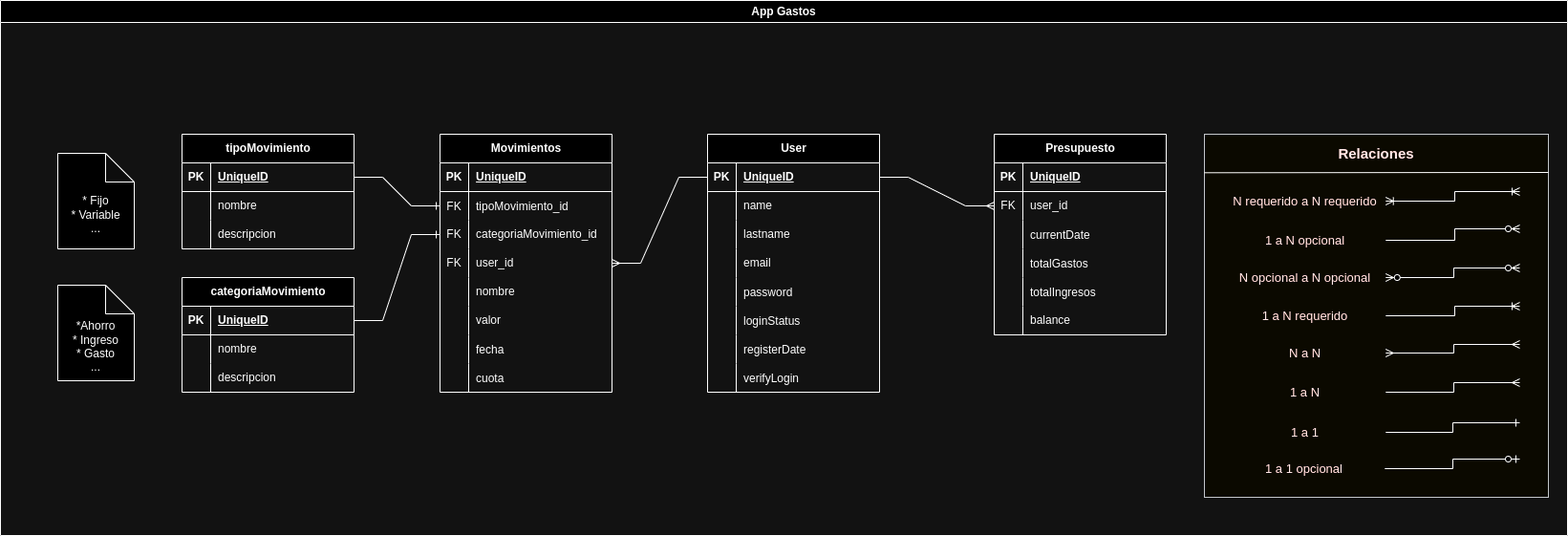
Earlier version of the draw.io export MER.png (SimonVizioli/BudgetApp). Source tidied: cells renumbered, new cells last; positions are measured from the earlier drawing's top-left corner, leaving out a move shared by most shapes.
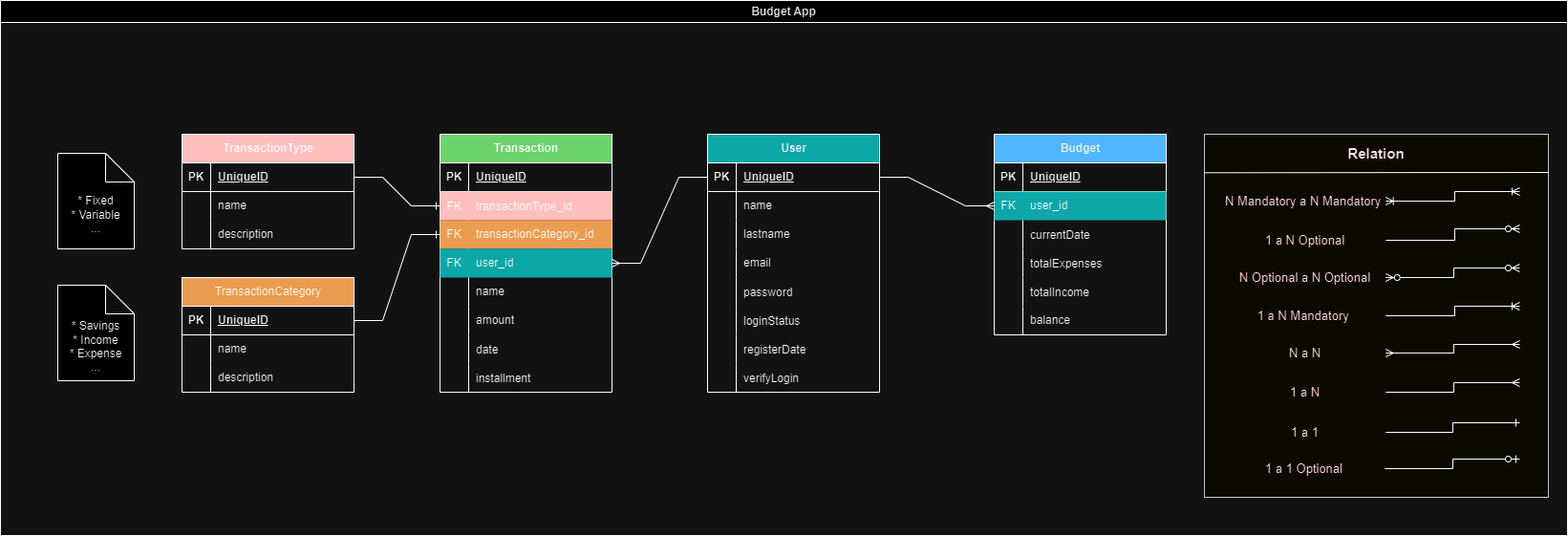
The same diagram one commit later.

Commit message:
Translated MER

Change to the diagram source:
```diff
@@ -4,9 +4,9 @@
     <mxCell id="1" parent="0" />
-    <mxCell id="2" value="&lt;div&gt;&lt;br&gt;&lt;/div&gt;&lt;br&gt;* Fijo&lt;br&gt;* Variable&lt;div&gt;...&lt;/div&gt;" style="shape=note;whiteSpace=wrap;html=1;backgroundOutline=1;darkOpacity=0.05;" parent="1" vertex="1">
+    <mxCell id="2" value="&lt;div&gt;&lt;br&gt;&lt;/div&gt;&lt;br&gt;* Fixed&lt;br&gt;* Variable&lt;div&gt;...&lt;/div&gt;" style="shape=note;whiteSpace=wrap;html=1;backgroundOutline=1;darkOpacity=0.05;" parent="1" vertex="1">
       <mxGeometry x="60" y="160" width="80" height="100" as="geometry" />
     </mxCell>
-    <mxCell id="3" value="&lt;div&gt;&lt;br&gt;&lt;/div&gt;&lt;div&gt;&lt;br&gt;&lt;/div&gt;*Ahorro&lt;br&gt;* Ingreso&lt;br&gt;* Gasto&lt;div&gt;...&lt;/div&gt;" style="shape=note;whiteSpace=wrap;html=1;backgroundOutline=1;darkOpacity=0.05;" parent="1" vertex="1">
+    <mxCell id="3" value="&lt;div&gt;&lt;br&gt;&lt;/div&gt;&lt;div&gt;&lt;br&gt;&lt;/div&gt;* Savings&lt;br&gt;* Income&lt;br&gt;* Expense&lt;div&gt;...&lt;/div&gt;" style="shape=note;whiteSpace=wrap;html=1;backgroundOutline=1;darkOpacity=0.05;" parent="1" vertex="1">
       <mxGeometry x="60" y="298" width="80" height="100" as="geometry" />
     </mxCell>
-    <mxCell id="4" value="App Gastos" style="swimlane;whiteSpace=wrap;html=1;" parent="1" vertex="1">
+    <mxCell id="4" value="Budget App" style="swimlane;whiteSpace=wrap;html=1;" parent="1" vertex="1">
       <mxGeometry width="1640" height="560" as="geometry" />
@@ -54,12 +54,12 @@
     </mxCell>
-    <mxCell id="10" value="&lt;font style=&quot;font-size: 13px;&quot;&gt;N requerido&amp;nbsp;a N requerido&lt;/font&gt;" style="text;html=1;strokeColor=none;fillColor=none;align=center;verticalAlign=middle;whiteSpace=wrap;rounded=0;labelBackgroundColor=none;fontSize=13;fontColor=#2E0101;opacity=0;" parent="4" vertex="1">
+    <mxCell id="10" value="&lt;font style=&quot;font-size: 13px;&quot;&gt;N Mandatory a N&amp;nbsp;&lt;/font&gt;Mandatory&amp;nbsp;" style="text;html=1;strokeColor=none;fillColor=none;align=center;verticalAlign=middle;whiteSpace=wrap;rounded=0;labelBackgroundColor=none;fontSize=13;fontColor=#2E0101;opacity=0;" parent="4" vertex="1">
       <mxGeometry x="1281" y="198" width="168.8" height="24" as="geometry" />
     </mxCell>
-    <mxCell id="11" value="&lt;font style=&quot;font-size: 13px;&quot;&gt;1 a N opcional&lt;/font&gt;" style="text;html=1;strokeColor=none;fillColor=none;align=center;verticalAlign=middle;whiteSpace=wrap;rounded=0;labelBackgroundColor=none;fontSize=13;fontColor=#2E0101;opacity=0;" parent="4" vertex="1">
+    <mxCell id="11" value="&lt;font style=&quot;font-size: 13px;&quot;&gt;1 a N Optional&lt;/font&gt;" style="text;html=1;strokeColor=none;fillColor=none;align=center;verticalAlign=middle;whiteSpace=wrap;rounded=0;labelBackgroundColor=none;fontSize=13;fontColor=#2E0101;opacity=0;" parent="4" vertex="1">
       <mxGeometry x="1281" y="239" width="168.8" height="24" as="geometry" />
     </mxCell>
-    <mxCell id="12" value="&lt;span style=&quot;font-size: 13px;&quot;&gt;1 a N requerido&lt;/span&gt;" style="text;html=1;strokeColor=none;fillColor=none;align=center;verticalAlign=middle;whiteSpace=wrap;rounded=0;labelBackgroundColor=none;fontSize=13;fontColor=#2E0101;opacity=0;" parent="4" vertex="1">
+    <mxCell id="12" value="&lt;span style=&quot;font-size: 13px;&quot;&gt;1 a N&amp;nbsp;&lt;/span&gt;Mandatory&amp;nbsp;" style="text;html=1;strokeColor=none;fillColor=none;align=center;verticalAlign=middle;whiteSpace=wrap;rounded=0;labelBackgroundColor=none;fontSize=13;fontColor=#2E0101;opacity=0;" parent="4" vertex="1">
       <mxGeometry x="1281" y="318" width="168.8" height="24" as="geometry" />
     </mxCell>
-    <mxCell id="13" value="&lt;font style=&quot;font-size: 13px;&quot;&gt;N opcional&amp;nbsp;a N opcional&lt;/font&gt;" style="text;html=1;strokeColor=none;fillColor=none;align=center;verticalAlign=middle;whiteSpace=wrap;rounded=0;labelBackgroundColor=none;fontSize=13;fontColor=#2E0101;opacity=0;" parent="4" vertex="1">
+    <mxCell id="13" value="&lt;font style=&quot;font-size: 13px;&quot;&gt;N Optional&amp;nbsp;a N Optional&lt;/font&gt;" style="text;html=1;strokeColor=none;fillColor=none;align=center;verticalAlign=middle;whiteSpace=wrap;rounded=0;labelBackgroundColor=none;fontSize=13;fontColor=#2E0101;opacity=0;" parent="4" vertex="1">
       <mxGeometry x="1281" y="278" width="168.8" height="24" as="geometry" />
@@ -96,3 +96,3 @@
     </mxCell>
-    <mxCell id="19" value="&lt;font style=&quot;font-size: 15px;&quot;&gt;&lt;b style=&quot;font-size: 15px;&quot;&gt;Relaciones&lt;/b&gt;&lt;/font&gt;" style="text;html=1;strokeColor=none;fillColor=none;align=center;verticalAlign=middle;whiteSpace=wrap;rounded=0;labelBackgroundColor=none;fontSize=15;fontColor=#2E0101;" parent="4" vertex="1">
+    <mxCell id="19" value="&lt;font style=&quot;font-size: 15px;&quot;&gt;&lt;b style=&quot;font-size: 15px;&quot;&gt;Relation&lt;/b&gt;&lt;/font&gt;" style="text;html=1;strokeColor=none;fillColor=none;align=center;verticalAlign=middle;whiteSpace=wrap;rounded=0;labelBackgroundColor=none;fontSize=15;fontColor=#2E0101;" parent="4" vertex="1">
       <mxGeometry x="1380" y="140" width="120" height="40" as="geometry" />
@@ -120,6 +120,6 @@
     </mxCell>
-    <mxCell id="23" value="&lt;span style=&quot;font-size: 13px;&quot;&gt;1 a 1 opcional&lt;/span&gt;" style="text;html=1;strokeColor=none;fillColor=none;align=center;verticalAlign=middle;whiteSpace=wrap;rounded=0;labelBackgroundColor=none;fontSize=13;fontColor=#2E0101;opacity=0;" parent="4" vertex="1">
+    <mxCell id="23" value="&lt;span style=&quot;font-size: 13px;&quot;&gt;1 a 1 Optional&lt;/span&gt;" style="text;html=1;strokeColor=none;fillColor=none;align=center;verticalAlign=middle;whiteSpace=wrap;rounded=0;labelBackgroundColor=none;fontSize=13;fontColor=#2E0101;opacity=0;" parent="4" vertex="1">
       <mxGeometry x="1280" y="478" width="168.8" height="24" as="geometry" />
     </mxCell>
-    <mxCell id="24" value="Presupuesto" style="shape=table;startSize=30;rowLines=0;fontStyle=1;align=center;html=1;" parent="4" vertex="1">
+    <mxCell id="24" value="Budget" style="shape=table;startSize=30;rowLines=0;fontStyle=1;align=center;html=1;fillColor=#0066CC;" parent="4" vertex="1">
       <mxGeometry x="1040" y="140" width="180" height="210" as="geometry" />
@@ -135,3 +135,3 @@
     </mxCell>
-    <mxCell id="28" style="shape=tableRow;horizontal=0;startSize=0;swimlaneHead=0;swimlaneBody=0;fillColor=none;points=[[0,0.5],[1,0.5]];portConstraint=eastwest;top=0;left=0;right=0;bottom=0;" parent="24" vertex="1">
+    <mxCell id="28" style="shape=tableRow;horizontal=0;startSize=0;swimlaneHead=0;swimlaneBody=0;fillColor=#009999;points=[[0,0.5],[1,0.5]];portConstraint=eastwest;top=0;left=0;right=0;bottom=0;" parent="24" vertex="1">
       <mxGeometry y="60" width="180" height="30" as="geometry" />
@@ -159,3 +159,3 @@
     </mxCell>
-    <mxCell id="36" value="totalGastos" style="shape=partialRectangle;fillColor=none;top=0;left=0;bottom=0;right=0;align=left;spacingLeft=6;overflow=hidden;" parent="34" vertex="1">
+    <mxCell id="36" value="totalExpenses" style="shape=partialRectangle;fillColor=none;top=0;left=0;bottom=0;right=0;align=left;spacingLeft=6;overflow=hidden;" parent="34" vertex="1">
       <mxGeometry x="30" width="150" height="30" as="geometry" />
@@ -168,3 +168,3 @@
     </mxCell>
-    <mxCell id="39" value="totalIngresos" style="shape=partialRectangle;fillColor=none;top=0;left=0;bottom=0;right=0;align=left;spacingLeft=6;overflow=hidden;" parent="37" vertex="1">
+    <mxCell id="39" value="totalIncome" style="shape=partialRectangle;fillColor=none;top=0;left=0;bottom=0;right=0;align=left;spacingLeft=6;overflow=hidden;" parent="37" vertex="1">
       <mxGeometry x="30" width="150" height="30" as="geometry" />
@@ -180,3 +180,3 @@
     </mxCell>
-    <mxCell id="43" value="User" style="shape=table;startSize=30;rowLines=0;fontStyle=1;align=center;html=1;" parent="4" vertex="1">
+    <mxCell id="43" value="User" style="shape=table;startSize=30;rowLines=0;fontStyle=1;align=center;html=1;fillColor=#009999;" parent="4" vertex="1">
       <mxGeometry x="740" y="140" width="180" height="270" as="geometry" />
@@ -263,3 +263,3 @@
     </mxCell>
-    <mxCell id="69" value="Movimientos" style="shape=table;startSize=30;rowLines=0;fontStyle=1;align=center;html=1;" parent="4" vertex="1">
+    <mxCell id="69" value="Transaction" style="shape=table;startSize=30;rowLines=0;fontStyle=1;align=center;html=1;fillColor=#006600;" parent="4" vertex="1">
       <mxGeometry x="460" y="140" width="180" height="270" as="geometry" />
@@ -275,3 +275,3 @@
     </mxCell>
-    <mxCell id="73" style="shape=tableRow;horizontal=0;startSize=0;swimlaneHead=0;swimlaneBody=0;fillColor=none;points=[[0,0.5],[1,0.5]];portConstraint=eastwest;top=0;left=0;right=0;bottom=0;" parent="69" vertex="1">
+    <mxCell id="73" style="shape=tableRow;horizontal=0;startSize=0;swimlaneHead=0;swimlaneBody=0;fillColor=#990000;points=[[0,0.5],[1,0.5]];portConstraint=eastwest;top=0;left=0;right=0;bottom=0;" parent="69" vertex="1">
       <mxGeometry y="60" width="180" height="30" as="geometry" />
@@ -281,6 +281,6 @@
     </mxCell>
-    <mxCell id="75" value="tipoMovimiento_id" style="shape=partialRectangle;fillColor=none;top=0;left=0;bottom=0;right=0;align=left;spacingLeft=6;overflow=hidden;" parent="73" vertex="1">
+    <mxCell id="75" value="transactionType_id" style="shape=partialRectangle;fillColor=none;top=0;left=0;bottom=0;right=0;align=left;spacingLeft=6;overflow=hidden;" parent="73" vertex="1">
       <mxGeometry x="30" width="150" height="30" as="geometry" />
     </mxCell>
-    <mxCell id="76" style="shape=tableRow;horizontal=0;startSize=0;swimlaneHead=0;swimlaneBody=0;fillColor=none;points=[[0,0.5],[1,0.5]];portConstraint=eastwest;top=0;left=0;right=0;bottom=0;" parent="69" vertex="1">
+    <mxCell id="76" style="shape=tableRow;horizontal=0;startSize=0;swimlaneHead=0;swimlaneBody=0;fillColor=#994C00;points=[[0,0.5],[1,0.5]];portConstraint=eastwest;top=0;left=0;right=0;bottom=0;" parent="69" vertex="1">
       <mxGeometry y="90" width="180" height="30" as="geometry" />
@@ -290,6 +290,6 @@
     </mxCell>
-    <mxCell id="78" value="categoriaMovimiento_id" style="shape=partialRectangle;fillColor=none;top=0;left=0;bottom=0;right=0;align=left;spacingLeft=6;fontStyle=0;overflow=hidden;whiteSpace=wrap;html=1;" parent="76" vertex="1">
+    <mxCell id="78" value="&lt;span style=&quot;text-wrap: nowrap;&quot;&gt;transactionCategory_id&lt;/span&gt;" style="shape=partialRectangle;fillColor=none;top=0;left=0;bottom=0;right=0;align=left;spacingLeft=6;fontStyle=0;overflow=hidden;whiteSpace=wrap;html=1;" parent="76" vertex="1">
       <mxGeometry x="30" width="150" height="30" as="geometry" />
     </mxCell>
-    <mxCell id="79" style="shape=tableRow;horizontal=0;startSize=0;swimlaneHead=0;swimlaneBody=0;fillColor=none;points=[[0,0.5],[1,0.5]];portConstraint=eastwest;top=0;left=0;right=0;bottom=0;" parent="69" vertex="1">
+    <mxCell id="79" style="shape=tableRow;horizontal=0;startSize=0;swimlaneHead=0;swimlaneBody=0;fillColor=#009999;points=[[0,0.5],[1,0.5]];portConstraint=eastwest;top=0;left=0;right=0;bottom=0;" parent="69" vertex="1">
       <mxGeometry y="120" width="180" height="30" as="geometry" />
@@ -308,3 +308,3 @@
     </mxCell>
-    <mxCell id="84" value="nombre" style="shape=partialRectangle;fillColor=none;top=0;left=0;bottom=0;right=0;align=left;spacingLeft=6;overflow=hidden;whiteSpace=wrap;html=1;" parent="82" vertex="1">
+    <mxCell id="84" value="name" style="shape=partialRectangle;fillColor=none;top=0;left=0;bottom=0;right=0;align=left;spacingLeft=6;overflow=hidden;whiteSpace=wrap;html=1;" parent="82" vertex="1">
       <mxGeometry x="30" width="150" height="30" as="geometry" />
@@ -317,3 +317,3 @@
     </mxCell>
-    <mxCell id="87" value="valor" style="shape=partialRectangle;fillColor=none;top=0;left=0;bottom=0;right=0;align=left;spacingLeft=6;overflow=hidden;whiteSpace=wrap;html=1;" parent="85" vertex="1">
+    <mxCell id="87" value="amount" style="shape=partialRectangle;fillColor=none;top=0;left=0;bottom=0;right=0;align=left;spacingLeft=6;overflow=hidden;whiteSpace=wrap;html=1;" parent="85" vertex="1">
       <mxGeometry x="30" width="150" height="30" as="geometry" />
@@ -326,3 +326,3 @@
     </mxCell>
-    <mxCell id="90" value="fecha" style="shape=partialRectangle;fillColor=none;top=0;left=0;bottom=0;right=0;align=left;spacingLeft=6;overflow=hidden;" parent="88" vertex="1">
+    <mxCell id="90" value="date" style="shape=partialRectangle;fillColor=none;top=0;left=0;bottom=0;right=0;align=left;spacingLeft=6;overflow=hidden;" parent="88" vertex="1">
       <mxGeometry x="30" width="150" height="30" as="geometry" />
@@ -335,3 +335,3 @@
     </mxCell>
-    <mxCell id="93" value="cuota" style="shape=partialRectangle;fillColor=none;top=0;left=0;bottom=0;right=0;align=left;spacingLeft=6;overflow=hidden;" parent="91" vertex="1">
+    <mxCell id="93" value="installment" style="shape=partialRectangle;fillColor=none;top=0;left=0;bottom=0;right=0;align=left;spacingLeft=6;overflow=hidden;" parent="91" vertex="1">
       <mxGeometry x="30" width="150" height="30" as="geometry" />
@@ -345,3 +345,3 @@
     </mxCell>
-    <mxCell id="95" value="tipoMovimiento" style="shape=table;startSize=30;rowLines=0;fontStyle=1;align=center;html=1;" parent="4" vertex="1">
+    <mxCell id="95" value="TransactionType" style="shape=table;startSize=30;rowLines=0;fontStyle=1;align=center;html=1;fillColor=#990000;" parent="4" vertex="1">
       <mxGeometry x="190" y="140" width="180" height="120" as="geometry" />
@@ -363,3 +363,3 @@
     </mxCell>
-    <mxCell id="101" value="nombre" style="shape=partialRectangle;fillColor=none;top=0;left=0;bottom=0;right=0;align=left;spacingLeft=6;overflow=hidden;whiteSpace=wrap;html=1;" parent="99" vertex="1">
+    <mxCell id="101" value="name" style="shape=partialRectangle;fillColor=none;top=0;left=0;bottom=0;right=0;align=left;spacingLeft=6;overflow=hidden;whiteSpace=wrap;html=1;" parent="99" vertex="1">
       <mxGeometry x="30" width="150" height="30" as="geometry" />
@@ -372,3 +372,3 @@
     </mxCell>
-    <mxCell id="104" value="descripcion" style="shape=partialRectangle;fillColor=none;top=0;left=0;bottom=0;right=0;align=left;spacingLeft=6;overflow=hidden;whiteSpace=wrap;html=1;" parent="102" vertex="1">
+    <mxCell id="104" value="description" style="shape=partialRectangle;fillColor=none;top=0;left=0;bottom=0;right=0;align=left;spacingLeft=6;overflow=hidden;whiteSpace=wrap;html=1;" parent="102" vertex="1">
       <mxGeometry x="30" width="150" height="30" as="geometry" />
@@ -378,3 +378,3 @@
     </mxCell>
-    <mxCell id="106" value="categoriaMovimiento" style="shape=table;startSize=30;rowLines=0;fontStyle=1;align=center;html=1;" parent="4" vertex="1">
+    <mxCell id="106" value="&lt;span style=&quot;font-weight: 400; text-align: left;&quot;&gt;TransactionCategory&lt;/span&gt;" style="shape=table;startSize=30;rowLines=0;fontStyle=1;align=center;html=1;fillColor=#994C00;" parent="4" vertex="1">
       <mxGeometry x="190" y="290" width="180" height="120" as="geometry" />
@@ -396,3 +396,3 @@
     </mxCell>
-    <mxCell id="112" value="nombre" style="shape=partialRectangle;fillColor=none;top=0;left=0;bottom=0;right=0;align=left;spacingLeft=6;overflow=hidden;whiteSpace=wrap;html=1;" parent="110" vertex="1">
+    <mxCell id="112" value="name" style="shape=partialRectangle;fillColor=none;top=0;left=0;bottom=0;right=0;align=left;spacingLeft=6;overflow=hidden;whiteSpace=wrap;html=1;" parent="110" vertex="1">
       <mxGeometry x="30" width="150" height="30" as="geometry" />
@@ -405,3 +405,3 @@
     </mxCell>
-    <mxCell id="115" value="descripcion" style="shape=partialRectangle;fillColor=none;top=0;left=0;bottom=0;right=0;align=left;spacingLeft=6;overflow=hidden;whiteSpace=wrap;html=1;" parent="113" vertex="1">
+    <mxCell id="115" value="description" style="shape=partialRectangle;fillColor=none;top=0;left=0;bottom=0;right=0;align=left;spacingLeft=6;overflow=hidden;whiteSpace=wrap;html=1;" parent="113" vertex="1">
       <mxGeometry x="30" width="150" height="30" as="geometry" />
```
